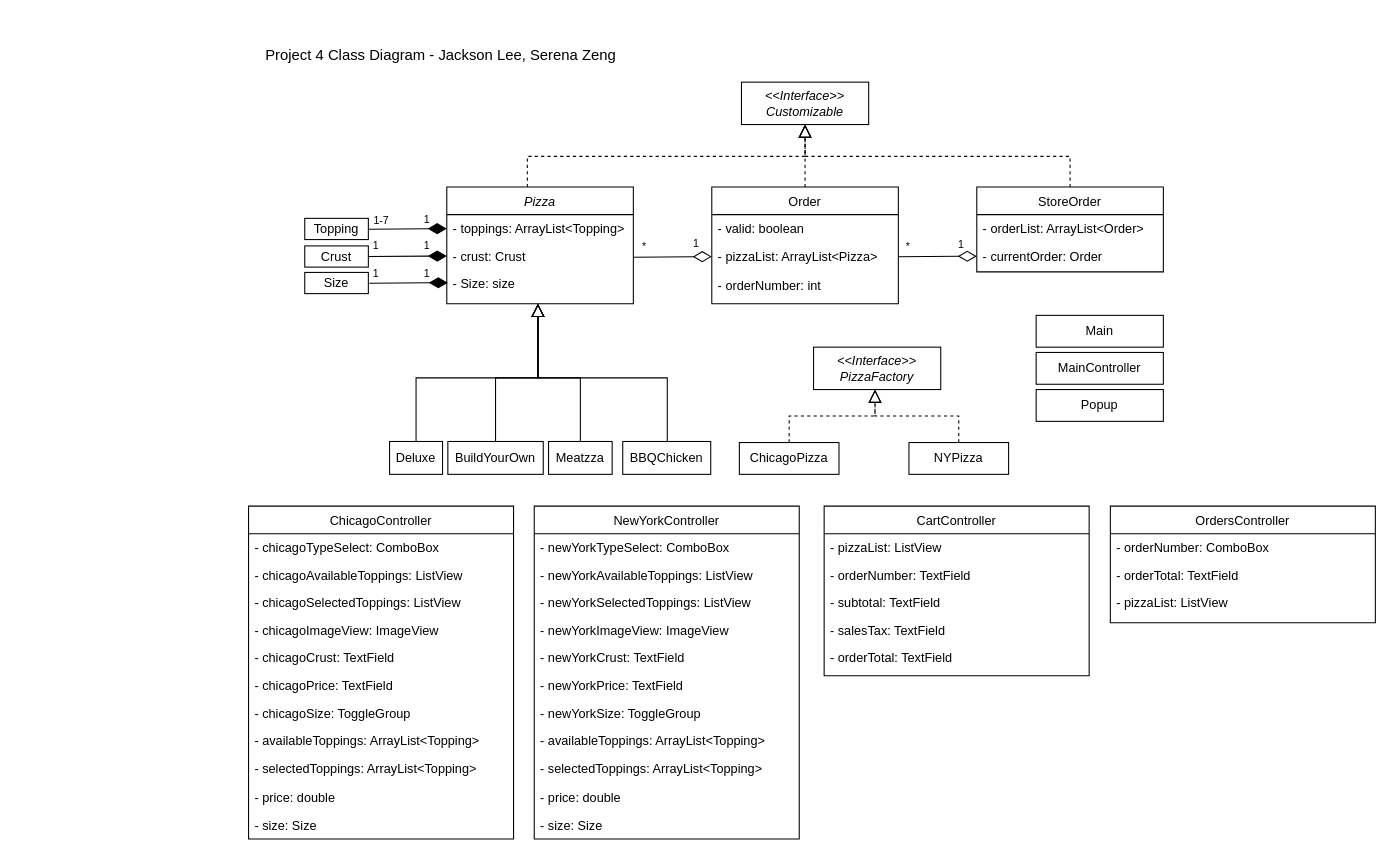
Above: pizzeriaClassDiagram.drawio in srnazng/project4 (draw.io), before the change. Source tidied: cells renumbered, new cells numbered last; positions are measured from the earlier drawing's top-left corner, leaving out a move shared by most shapes. Both pictures are drawn from the tidied source at 106%, with x=0, y=0 at pixel (248, 39).
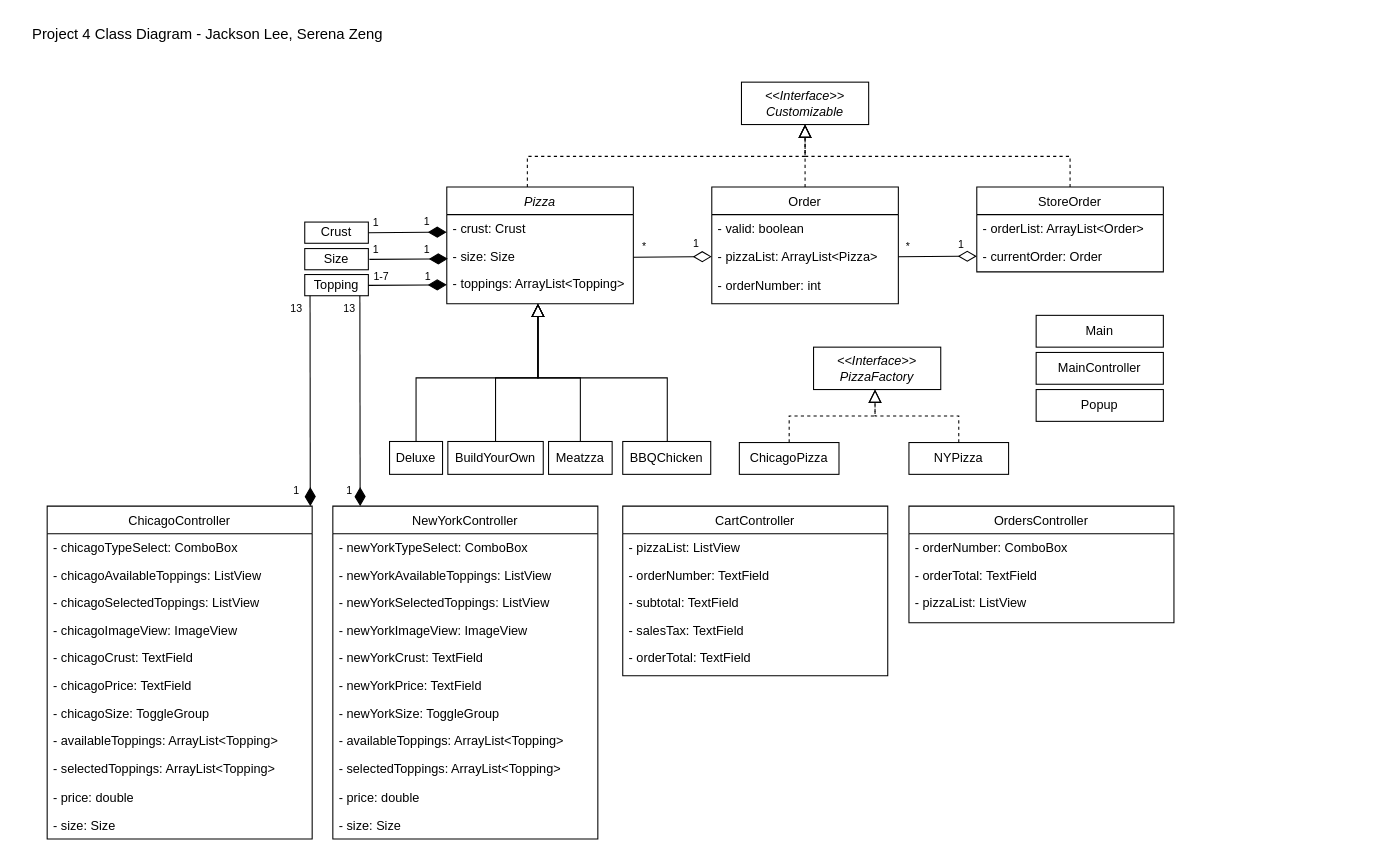
Above is the later version.

Commit message (it also covers changes not shown here):
update class diagram

Unchanged cells that the change refers to:
```xml
<mxCell id="2" value="Pizza" style="swimlane;fontStyle=2;align=center;verticalAlign=top;horizontal=1;startSize=26;rounded=0;shadow=0;strokeWidth=1;" parent="1" vertex="1">
  <mxGeometry x="187" y="139" width="176" height="110" as="geometry" />
</mxCell>
```

What changed in the source:
```diff
@@
-    <mxCell id="3" value="- toppings: ArrayList&lt;Topping&gt;" style="text;align=left;verticalAlign=top;spacingLeft=4;spacingRight=4;overflow=hidden;" parent="2" vertex="1">
-      <mxGeometry y="26" width="176" height="26" as="geometry" />
-    </mxCell>
     <mxCell id="4" value="- crust: Crust" style="text;align=left;verticalAlign=top;spacingLeft=4;spacingRight=4;overflow=hidden;points=[[0,0.5],[1,0.5]];portConstraint=eastwest;rounded=0;shadow=0;html=0;" parent="2" vertex="1">
-      <mxGeometry y="52" width="176" height="26" as="geometry" />
+      <mxGeometry y="26" width="176" height="26" as="geometry" />
     </mxCell>
-    <mxCell id="5" value="- Size: size" style="text;align=left;verticalAlign=top;spacingLeft=4;spacingRight=4;overflow=hidden;rounded=0;shadow=0;html=0;" parent="2" vertex="1">
-      <mxGeometry y="78" width="176" height="26" as="geometry" />
+    <mxCell id="5" value="- size: Size" style="text;align=left;verticalAlign=top;spacingLeft=4;spacingRight=4;overflow=hidden;rounded=0;shadow=0;html=0;" parent="2" vertex="1">
+      <mxGeometry y="52" width="176" height="26" as="geometry" />
     </mxCell>
+    <mxCell id="3" value="- toppings: ArrayList&lt;Topping&gt;" style="text;align=left;verticalAlign=top;spacingLeft=4;spacingRight=4;overflow=hidden;rounded=0;shadow=0;html=0;" parent="2" vertex="1">
+      <mxGeometry y="78" width="176" height="26" as="geometry" />
+    </mxCell>
@@
     <mxCell id="10" value="Crust" style="rounded=0;whiteSpace=wrap;html=1;" parent="1" vertex="1">
-      <mxGeometry x="53" y="194.5" width="60" height="20" as="geometry" />
+      <mxGeometry x="53" y="172" width="60" height="20" as="geometry" />
     </mxCell>
     <mxCell id="11" value="Size" style="rounded=0;whiteSpace=wrap;html=1;" parent="1" vertex="1">
-      <mxGeometry x="53" y="219.5" width="60" height="20" as="geometry" />
+      <mxGeometry x="53" y="197" width="60" height="20" as="geometry" />
     </mxCell>
@@
     <mxCell id="29" value="Topping" style="rounded=0;whiteSpace=wrap;html=1;" parent="1" vertex="1">
-      <mxGeometry x="53" y="168.5" width="60" height="20" as="geometry" />
+      <mxGeometry x="53" y="221.5" width="60" height="20" as="geometry" />
     </mxCell>
@@
-    <mxCell id="35" style="endArrow=diamondThin;endFill=1;endSize=15;html=1;rounded=0;exitX=1;exitY=0.5;exitDx=0;exitDy=0;entryX=0;entryY=0.5;entryDx=0;entryDy=0;" parent="1" edge="1" source="10" target="4">
-      <mxGeometry relative="1" as="geometry" />
+    <mxCell id="35" style="endArrow=diamondThin;endFill=1;endSize=15;html=1;rounded=0;exitX=1;exitY=0.5;exitDx=0;exitDy=0;entryX=0;entryY=0.5;entryDx=0;entryDy=0;" parent="1" edge="1" source="10">
+      <mxGeometry relative="1" as="geometry">
+        <mxPoint x="187" y="181.5" as="targetPoint" />
+      </mxGeometry>
     </mxCell>
     <mxCell id="36" style="endArrow=diamondThin;endFill=1;endSize=15;html=1;rounded=0;exitX=1;exitY=0.5;exitDx=0;exitDy=0;entryX=0;entryY=0.5;entryDx=0;entryDy=0;" parent="1" edge="1">
       <mxGeometry relative="1" as="geometry">
-        <mxPoint x="114" y="229.7" as="sourcePoint" />
-        <mxPoint x="188" y="229.2" as="targetPoint" />
+        <mxPoint x="114" y="207.2" as="sourcePoint" />
+        <mxPoint x="188" y="206.7" as="targetPoint" />
       </mxGeometry>
     </mxCell>
     <mxCell id="37" style="endArrow=diamondThin;endFill=1;endSize=15;html=1;rounded=0;exitX=1;exitY=0.5;exitDx=0;exitDy=0;entryX=0;entryY=0.5;entryDx=0;entryDy=0;" parent="1" edge="1">
       <mxGeometry relative="1" as="geometry">
-        <mxPoint x="113" y="178.7" as="sourcePoint" />
-        <mxPoint x="187" y="178.2" as="targetPoint" />
+        <mxPoint x="113" y="231.7" as="sourcePoint" />
+        <mxPoint x="187" y="231.2" as="targetPoint" />
       </mxGeometry>
     </mxCell>
@@
     <mxCell id="40" value="&lt;font style=&quot;font-size: 10px;&quot;&gt;1-7&lt;/font&gt;" style="text;html=1;align=center;verticalAlign=middle;strokeColor=none;fillColor=none;" parent="1" vertex="1">
-      <mxGeometry x="105" y="155" width="40" height="30" as="geometry" />
+      <mxGeometry x="105" y="208" width="40" height="30" as="geometry" />
     </mxCell>
     <mxCell id="41" value="&lt;font style=&quot;font-size: 10px;&quot;&gt;1&lt;/font&gt;" style="text;html=1;align=center;verticalAlign=middle;strokeColor=none;fillColor=none;" parent="1" vertex="1">
-      <mxGeometry x="153" y="154" width="30" height="30" as="geometry" />
+      <mxGeometry x="154" y="208" width="30" height="30" as="geometry" />
     </mxCell>
     <mxCell id="42" value="&lt;font style=&quot;font-size: 10px;&quot;&gt;1&lt;/font&gt;" style="text;html=1;align=center;verticalAlign=middle;strokeColor=none;fillColor=none;" parent="1" vertex="1">
-      <mxGeometry x="105" y="179" width="30" height="30" as="geometry" />
+      <mxGeometry x="105" y="156.5" width="30" height="30" as="geometry" />
     </mxCell>
     <mxCell id="43" value="&lt;font style=&quot;font-size: 10px;&quot;&gt;1&lt;/font&gt;" style="text;html=1;align=center;verticalAlign=middle;strokeColor=none;fillColor=none;" parent="1" vertex="1">
-      <mxGeometry x="153" y="178.5" width="30" height="30" as="geometry" />
+      <mxGeometry x="153" y="156" width="30" height="30" as="geometry" />
     </mxCell>
     <mxCell id="44" value="&lt;font style=&quot;font-size: 10px;&quot;&gt;1&lt;/font&gt;" style="text;html=1;align=center;verticalAlign=middle;strokeColor=none;fillColor=none;" parent="1" vertex="1">
-      <mxGeometry x="105" y="205" width="30" height="30" as="geometry" />
+      <mxGeometry x="105" y="182.5" width="30" height="30" as="geometry" />
     </mxCell>
     <mxCell id="45" value="&lt;font style=&quot;font-size: 10px;&quot;&gt;1&lt;/font&gt;" style="text;html=1;align=center;verticalAlign=middle;strokeColor=none;fillColor=none;" parent="1" vertex="1">
-      <mxGeometry x="153" y="205" width="30" height="30" as="geometry" />
+      <mxGeometry x="153" y="182.5" width="30" height="30" as="geometry" />
     </mxCell>
@@
     <mxCell id="50" value="&lt;font style=&quot;font-size: 14px;&quot;&gt;Project 4 Class Diagram - Jackson Lee, Serena Zeng&amp;nbsp;&lt;/font&gt;" style="text;html=1;align=center;verticalAlign=middle;strokeColor=none;fillColor=none;fontSize=10;" parent="1" vertex="1">
-      <mxGeometry x="3" width="360" height="30" as="geometry" />
+      <mxGeometry x="-217" y="-20" width="360" height="30" as="geometry" />
     </mxCell>
@@
     <mxCell id="52" value="ChicagoController" style="swimlane;fontStyle=0;align=center;verticalAlign=top;horizontal=1;startSize=26;rounded=0;shadow=0;strokeWidth=1;" parent="1" vertex="1">
-      <mxGeometry y="440" width="250" height="314" as="geometry" />
+      <mxGeometry x="-190" y="440" width="250" height="314" as="geometry" />
     </mxCell>
@@
     <mxCell id="64" value="NewYorkController" style="swimlane;fontStyle=0;align=center;verticalAlign=top;horizontal=1;startSize=26;rounded=0;shadow=0;strokeWidth=1;" parent="1" vertex="1">
-      <mxGeometry x="269.5" y="440" width="250" height="314" as="geometry" />
+      <mxGeometry x="79.5" y="440" width="250" height="314" as="geometry" />
     </mxCell>
@@
     <mxCell id="76" value="CartController" style="swimlane;fontStyle=0;align=center;verticalAlign=top;horizontal=1;startSize=26;rounded=0;shadow=0;strokeWidth=1;" parent="1" vertex="1">
-      <mxGeometry x="543" y="440" width="250" height="160" as="geometry" />
+      <mxGeometry x="353" y="440" width="250" height="160" as="geometry" />
     </mxCell>
@@
     <mxCell id="82" value="OrdersController" style="swimlane;fontStyle=0;align=center;verticalAlign=top;horizontal=1;startSize=26;rounded=0;shadow=0;strokeWidth=1;" parent="1" vertex="1">
-      <mxGeometry x="813" y="440" width="250" height="110" as="geometry" />
+      <mxGeometry x="623" y="440" width="250" height="110" as="geometry" />
     </mxCell>
@@
+    <mxCell id="86" style="endArrow=diamondThin;endFill=1;endSize=15;html=1;rounded=0;exitX=0.083;exitY=0.998;exitDx=0;exitDy=0;entryX=0.103;entryY=0;entryDx=0;entryDy=0;exitPerimeter=0;entryPerimeter=0;" parent="1" edge="1" target="64">
+      <mxGeometry relative="1" as="geometry">
+        <mxPoint x="105" y="241.5" as="sourcePoint" />
+      </mxGeometry>
+    </mxCell>
+    <mxCell id="87" style="endArrow=diamondThin;endFill=1;endSize=15;html=1;rounded=0;exitX=0.083;exitY=0.998;exitDx=0;exitDy=0;entryX=0.103;entryY=0;entryDx=0;entryDy=0;exitPerimeter=0;entryPerimeter=0;" parent="1" edge="1">
+      <mxGeometry relative="1" as="geometry">
+        <mxPoint x="58" y="241.5" as="sourcePoint" />
+        <mxPoint x="58.2" y="440" as="targetPoint" />
+      </mxGeometry>
+    </mxCell>
+    <mxCell id="88" value="&lt;font style=&quot;font-size: 10px;&quot;&gt;13&lt;/font&gt;" style="text;html=1;align=center;verticalAlign=middle;strokeColor=none;fillColor=none;" parent="1" vertex="1">
+      <mxGeometry x="30" y="238" width="30" height="30" as="geometry" />
+    </mxCell>
+    <mxCell id="89" value="&lt;font style=&quot;font-size: 10px;&quot;&gt;1&lt;/font&gt;" style="text;html=1;align=center;verticalAlign=middle;strokeColor=none;fillColor=none;" parent="1" vertex="1">
+      <mxGeometry x="30" y="410" width="30" height="30" as="geometry" />
+    </mxCell>
+    <mxCell id="90" value="&lt;font style=&quot;font-size: 10px;&quot;&gt;13&lt;/font&gt;" style="text;html=1;align=center;verticalAlign=middle;strokeColor=none;fillColor=none;" parent="1" vertex="1">
+      <mxGeometry x="79.5" y="238" width="30" height="30" as="geometry" />
+    </mxCell>
+    <mxCell id="91" value="&lt;font style=&quot;font-size: 10px;&quot;&gt;1&lt;/font&gt;" style="text;html=1;align=center;verticalAlign=middle;strokeColor=none;fillColor=none;" parent="1" vertex="1">
+      <mxGeometry x="79.5" y="410" width="30" height="30" as="geometry" />
+    </mxCell>
```
